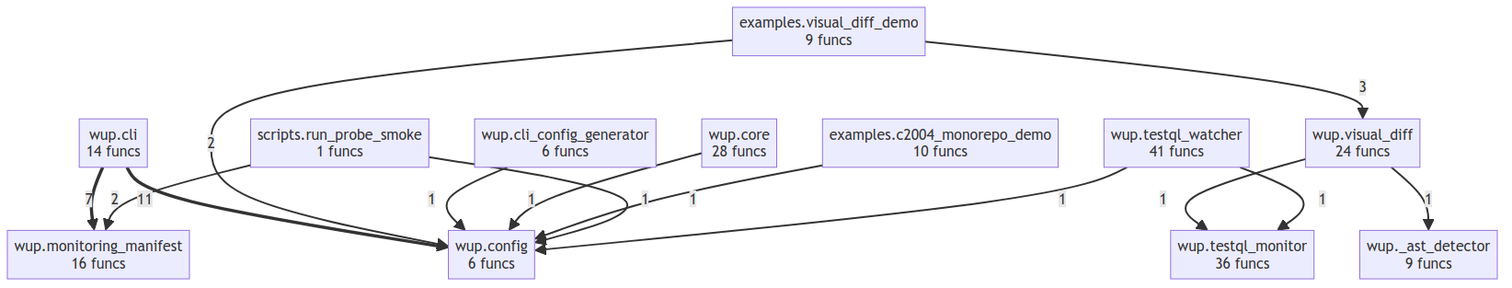
Above: project/compact_flow.png in semcod/wup (Mermaid), before the change. Its source is kept beside it as project/compact_flow.mmd.
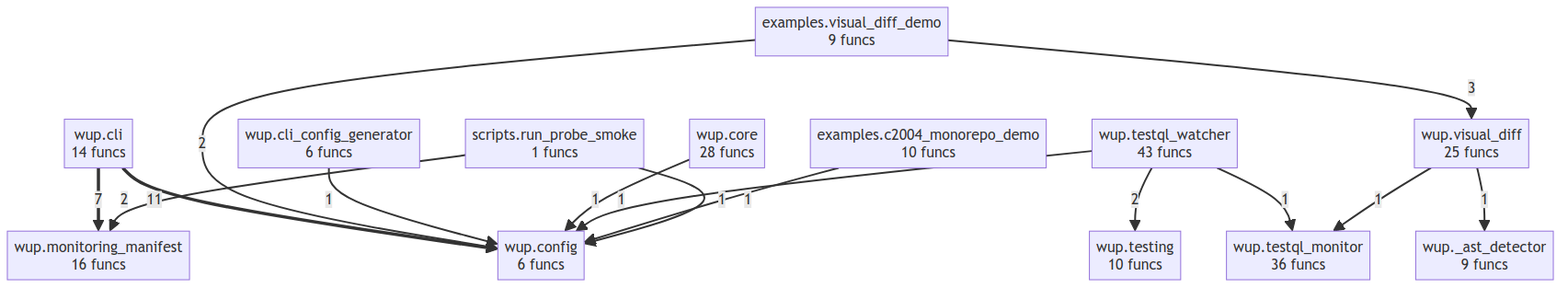
Above is the later version.

What changed in the source:
```diff
@@ -8,19 +8,21 @@
     wup__config["wup.config<br/>6 funcs"]
     wup__core["wup.core<br/>28 funcs"]
     wup__monitoring_manifest["wup.monitoring_manifest<br/>16 funcs"]
+    wup__testing["wup.testing<br/>10 funcs"]
     wup__testql_monitor["wup.testql_monitor<br/>36 funcs"]
-    wup__testql_watcher["wup.testql_watcher<br/>41 funcs"]
-    wup__visual_diff["wup.visual_diff<br/>24 funcs"]
+    wup__testql_watcher["wup.testql_watcher<br/>43 funcs"]
+    wup__visual_diff["wup.visual_diff<br/>25 funcs"]
     wup__cli ==>|11| wup__config
     wup__cli ==>|7| wup__monitoring_manifest
     examples__visual_diff_demo -->|3| wup__visual_diff
+    wup__testql_watcher -->|2| wup__testing
     examples__visual_diff_demo -->|2| wup__config
     scripts__run_probe_smoke -->|2| wup__monitoring_manifest
     wup__cli_config_generator -->|1| wup__config
     wup__core -->|1| wup__config
+    wup__testql_watcher -->|1| wup__config
+    wup__testql_watcher -->|1| wup__testql_monitor
     wup__visual_diff -->|1| wup__testql_monitor
     wup__visual_diff -->|1| wup___ast_detector
     examples__c2004_monorepo_demo -->|1| wup__config
     scripts__run_probe_smoke -->|1| wup__config
-    wup__testql_watcher -->|1| wup__config
-    wup__testql_watcher -->|1| wup__testql_monitor
```
